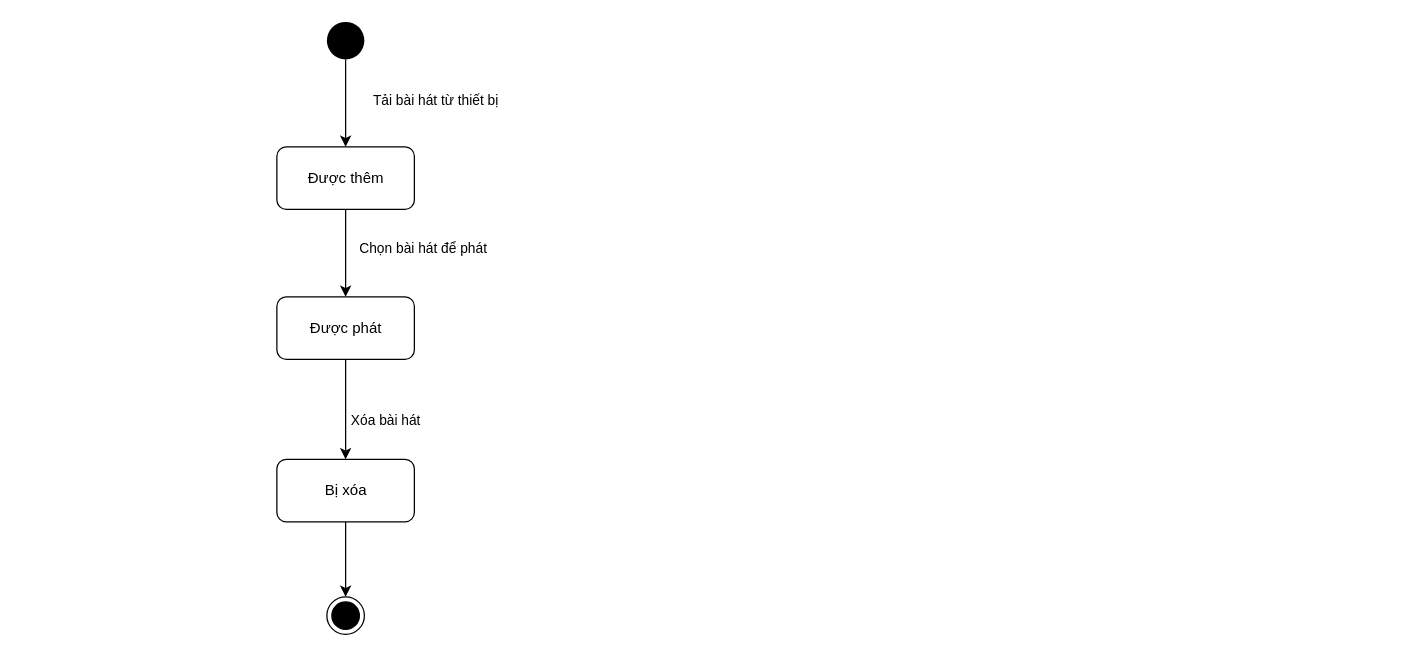
This is ToDoApp-Doc/Document/Diagram/State Machine Diagram/MyMusic/MyMusic StateMachine.drawio from Merevoli-DatLuu/To-Do-App, a draw.io file, before an edit. Source tidied: cells renumbered, new cells numbered last; positions are measured from the earlier drawing's top-left corner, leaving out a move shared by most shapes. Both pictures are drawn from the tidied source at 125%, with x=0, y=0 at pixel (276, 21).
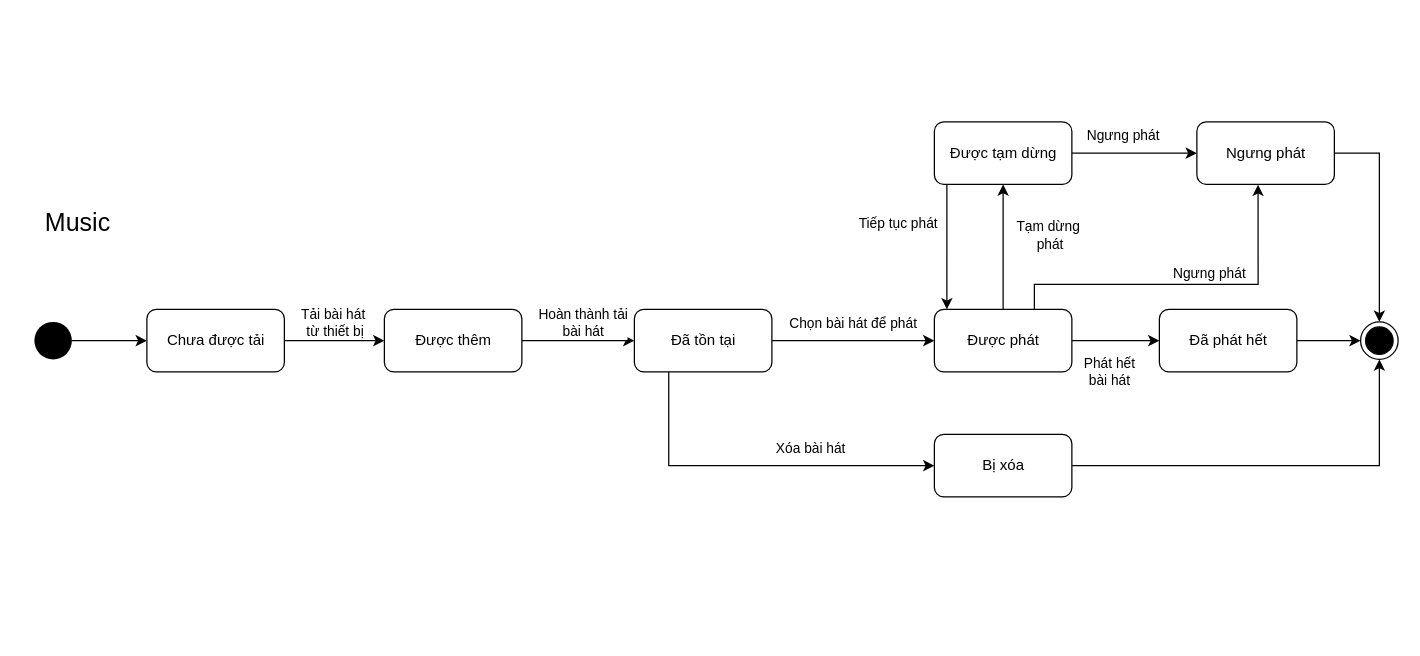
The same diagram, later.

The edit, as a diff of the source:
```diff
@@
-    <mxCell id="2" style="edgeStyle=orthogonalEdgeStyle;rounded=0;jettySize=auto;html=1;" parent="1" edge="1" source="4" target="10">
+    <mxCell id="2" style="edgeStyle=orthogonalEdgeStyle;rounded=0;jettySize=auto;html=1;entryX=0;entryY=0.5;entryDx=0;entryDy=0;" parent="1" edge="1" source="4" target="25">
       <mxGeometry relative="1" as="geometry" />
     </mxCell>
-    <mxCell id="3" value="Chọn bài hát để phát" style="edgeLabel;html=1;align=center;verticalAlign=middle;" parent="2" vertex="1">
+    <mxCell id="3" value="Hoàn thành tải&lt;br&gt;bài hát" style="edgeLabel;html=1;align=center;verticalAlign=middle;" parent="2" vertex="1">
       <mxGeometry x="0.13" y="1" relative="1" as="geometry">
-        <mxPoint x="60" y="-9.2" as="offset" />
+        <mxPoint x="-3" y="-14" as="offset" />
       </mxGeometry>
     </mxCell>
     <mxCell id="4" value="Được thêm" style="html=1;rounded=1;" parent="1" vertex="1">
-      <mxGeometry y="100" width="110" height="50" as="geometry" />
+      <mxGeometry x="86" y="230" width="110" height="50" as="geometry" />
     </mxCell>
-    <mxCell id="5" style="edgeStyle=orthogonalEdgeStyle;rounded=0;jettySize=auto;html=1;" parent="1" edge="1" source="7" target="4">
+    <mxCell id="5" style="edgeStyle=orthogonalEdgeStyle;rounded=0;jettySize=auto;html=1;entryX=0;entryY=0.5;entryDx=0;entryDy=0;exitX=1;exitY=0.5;exitDx=0;exitDy=0;" parent="1" edge="1" source="21" target="4">
       <mxGeometry relative="1" as="geometry" />
     </mxCell>
-    <mxCell id="6" value="Tải bài hát từ thiết bị" style="edgeLabel;html=1;align=center;verticalAlign=middle;" parent="5" vertex="1">
+    <mxCell id="6" value="Tải bài hát&lt;br&gt;&amp;nbsp;từ thiết bị" style="edgeLabel;html=1;align=center;verticalAlign=middle;" parent="5" vertex="1">
       <mxGeometry x="0.15" y="-3" relative="1" as="geometry">
-        <mxPoint x="74" y="-7.9" as="offset" />
+        <mxPoint x="-7.5" y="-18" as="offset" />
       </mxGeometry>
     </mxCell>
+    <mxCell id="14" style="edgeStyle=orthogonalEdgeStyle;rounded=0;jettySize=auto;html=1;entryX=0;entryY=0.5;entryDx=0;entryDy=0;" parent="1" edge="1" source="7" target="21">
+      <mxGeometry relative="1" as="geometry" />
+    </mxCell>
     <mxCell id="7" style="ellipse;fillColor=#000000;strokeColor=none;" parent="1" vertex="1">
-      <mxGeometry x="40" width="30" height="30" as="geometry" />
+      <mxGeometry x="-194" y="240" width="30" height="30" as="geometry" />
     </mxCell>
-    <mxCell id="8" style="edgeStyle=orthogonalEdgeStyle;rounded=0;jettySize=auto;html=1;" parent="1" edge="1" source="10" target="12">
-      <mxGeometry relative="1" as="geometry" />
+    <mxCell id="8" style="edgeStyle=orthogonalEdgeStyle;rounded=0;jettySize=auto;html=1;exitX=0.25;exitY=1;exitDx=0;exitDy=0;entryX=0;entryY=0.5;entryDx=0;entryDy=0;" parent="1" edge="1" source="25" target="12">
+      <mxGeometry relative="1" as="geometry">
+        <Array as="points">
+          <mxPoint x="314" y="355" />
+        </Array>
+      </mxGeometry>
     </mxCell>
     <mxCell id="9" value="Xóa bài hát" style="edgeLabel;html=1;align=center;verticalAlign=middle;" parent="8" vertex="1">
       <mxGeometry x="-0.21" relative="1" as="geometry">
-        <mxPoint x="31" y="16.6" as="offset" />
+        <mxPoint x="74.2" y="-15" as="offset" />
       </mxGeometry>
     </mxCell>
+    <mxCell id="15" style="edgeStyle=orthogonalEdgeStyle;rounded=0;jettySize=auto;html=1;entryX=0.5;entryY=1;entryDx=0;entryDy=0;" parent="1" edge="1" source="10" target="30">
+      <mxGeometry relative="1" as="geometry" />
+    </mxCell>
+    <mxCell id="16" value="Tạm dừng&lt;br&gt;&amp;nbsp;phát" style="edgeLabel;html=1;align=center;verticalAlign=middle;" parent="15" vertex="1">
+      <mxGeometry x="0.3" y="-2" relative="1" as="geometry">
+        <mxPoint x="33" y="5" as="offset" />
+      </mxGeometry>
+    </mxCell>
+    <mxCell id="17" style="edgeStyle=orthogonalEdgeStyle;rounded=0;jettySize=auto;html=1;entryX=0;entryY=0.5;entryDx=0;entryDy=0;exitX=1;exitY=0.5;exitDx=0;exitDy=0;" parent="1" edge="1" source="33" target="13">
+      <mxGeometry relative="1" as="geometry" />
+    </mxCell>
+    <mxCell id="18" style="edgeStyle=orthogonalEdgeStyle;rounded=0;jettySize=auto;html=1;entryX=0.445;entryY=1.007;entryDx=0;entryDy=0;entryPerimeter=0;" parent="1" edge="1" source="10" target="32">
+      <mxGeometry relative="1" as="geometry">
+        <Array as="points">
+          <mxPoint x="606" y="210" />
+          <mxPoint x="785" y="210" />
+        </Array>
+      </mxGeometry>
+    </mxCell>
+    <mxCell id="19" value="Ngưng phát" style="edgeLabel;html=1;align=center;verticalAlign=middle;" parent="18" vertex="1">
+      <mxGeometry x="0.41" y="1" relative="1" as="geometry">
+        <mxPoint x="-37" y="-9" as="offset" />
+      </mxGeometry>
+    </mxCell>
+    <mxCell id="20" value="Phát hết &lt;br&gt;bài hát" style="edgeStyle=orthogonalEdgeStyle;rounded=0;jettySize=auto;html=1;entryX=0;entryY=0.5;entryDx=0;entryDy=0;" parent="1" edge="1" source="10" target="33">
+      <mxGeometry x="-0.14" y="-25" relative="1" as="geometry">
+        <Array as="points">
+          <mxPoint x="646" y="255" />
+          <mxPoint x="646" y="255" />
+        </Array>
+      </mxGeometry>
+    </mxCell>
     <mxCell id="10" value="Được phát" style="html=1;rounded=1;" parent="1" vertex="1">
-      <mxGeometry y="220" width="110" height="50" as="geometry" />
+      <mxGeometry x="526" y="230" width="110" height="50" as="geometry" />
     </mxCell>
@@
     <mxCell id="12" value="Bị xóa" style="html=1;rounded=1;" parent="1" vertex="1">
-      <mxGeometry y="350" width="110" height="50" as="geometry" />
+      <mxGeometry x="526" y="330" width="110" height="50" as="geometry" />
     </mxCell>
     <mxCell id="13" style="ellipse;html=1;shape=endState;fillColor=#000000;strokeColor=#000000;" parent="1" vertex="1">
-      <mxGeometry x="40" y="460" width="30" height="30" as="geometry" />
+      <mxGeometry x="867" y="240" width="30" height="30" as="geometry" />
     </mxCell>
+    <mxCell id="21" value="Chưa được tải" style="html=1;rounded=1;" parent="1" vertex="1">
+      <mxGeometry x="-104" y="230" width="110" height="50" as="geometry" />
+    </mxCell>
+    <mxCell id="22" value="&lt;font style=&quot;font-size: 20px&quot;&gt;Music&lt;/font&gt;" style="text;html=1;strokeColor=none;fillColor=none;align=center;verticalAlign=middle;whiteSpace=wrap;rounded=0;" parent="1" vertex="1">
+      <mxGeometry x="-204" y="150" width="90" height="20" as="geometry" />
+    </mxCell>
+    <mxCell id="23" style="edgeStyle=orthogonalEdgeStyle;rounded=0;jettySize=auto;html=1;exitX=1;exitY=0.5;exitDx=0;exitDy=0;" parent="1" edge="1" source="25" target="10">
+      <mxGeometry relative="1" as="geometry" />
+    </mxCell>
+    <mxCell id="24" value="Chọn bài hát để phát" style="edgeLabel;html=1;align=center;verticalAlign=middle;" parent="23" vertex="1">
+      <mxGeometry x="0.09" y="-2" relative="1" as="geometry">
+        <mxPoint x="-7" y="-17" as="offset" />
+      </mxGeometry>
+    </mxCell>
+    <mxCell id="25" value="Đã tồn tại" style="html=1;rounded=1;" parent="1" vertex="1">
+      <mxGeometry x="286" y="230" width="110" height="50" as="geometry" />
+    </mxCell>
+    <mxCell id="26" style="edgeStyle=orthogonalEdgeStyle;rounded=0;jettySize=auto;html=1;entryX=0;entryY=0.5;entryDx=0;entryDy=0;" parent="1" edge="1" source="30" target="32">
+      <mxGeometry relative="1" as="geometry" />
+    </mxCell>
+    <mxCell id="27" value="Ngưng phát" style="edgeLabel;html=1;align=center;verticalAlign=middle;" parent="26" vertex="1">
+      <mxGeometry x="-0.24" y="-2" relative="1" as="geometry">
+        <mxPoint x="2" y="-17" as="offset" />
+      </mxGeometry>
+    </mxCell>
+    <mxCell id="28" style="edgeStyle=orthogonalEdgeStyle;rounded=0;jettySize=auto;html=1;entryX=0.091;entryY=0;entryDx=0;entryDy=0;entryPerimeter=0;" parent="1" edge="1" source="30" target="10">
+      <mxGeometry relative="1" as="geometry">
+        <Array as="points">
+          <mxPoint x="536" y="160" />
+          <mxPoint x="536" y="160" />
+        </Array>
+      </mxGeometry>
+    </mxCell>
+    <mxCell id="29" value="Tiếp tục phát" style="edgeLabel;html=1;align=center;verticalAlign=middle;" parent="28" vertex="1">
+      <mxGeometry x="-0.23" y="1" relative="1" as="geometry">
+        <mxPoint x="-41" y="-8" as="offset" />
+      </mxGeometry>
+    </mxCell>
+    <mxCell id="30" value="Được tạm dừng" style="html=1;rounded=1;" parent="1" vertex="1">
+      <mxGeometry x="526" y="80" width="110" height="50" as="geometry" />
+    </mxCell>
+    <mxCell id="31" style="edgeStyle=orthogonalEdgeStyle;rounded=0;jettySize=auto;html=1;" parent="1" edge="1" source="32" target="13">
+      <mxGeometry relative="1" as="geometry" />
+    </mxCell>
+    <mxCell id="32" value="Ngưng phát" style="html=1;rounded=1;" parent="1" vertex="1">
+      <mxGeometry x="736" y="80" width="110" height="50" as="geometry" />
+    </mxCell>
+    <mxCell id="33" value="Đã phát hết" style="html=1;rounded=1;" parent="1" vertex="1">
+      <mxGeometry x="706" y="230" width="110" height="50" as="geometry" />
+    </mxCell>
```
